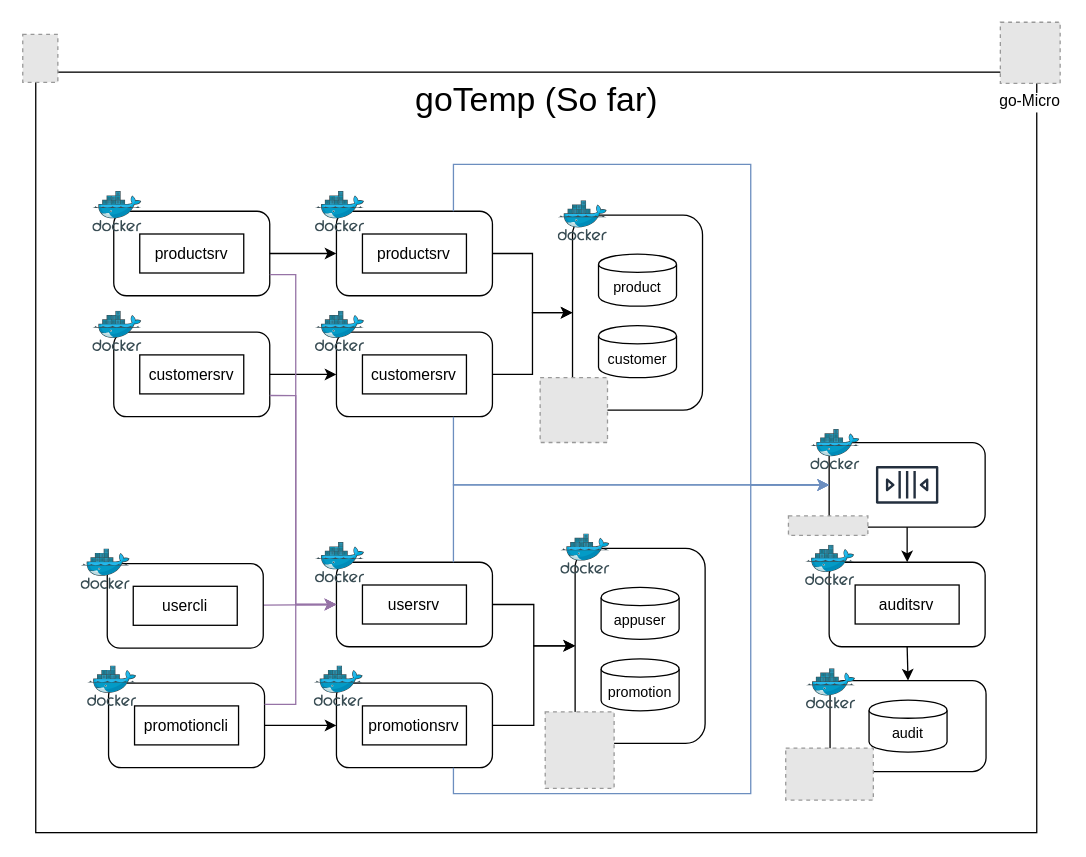
The draw.io diagram page "Version-2" (2 of 3) of diagramsforDocs/goTemp_Diagram.drawio in atlas-2192/go-svelte, before the edit. Source tidied: cells renumbered, new cells numbered last; positions are measured from the earlier drawing's top-left corner, leaving out a move shared by most shapes. Both pictures are drawn from the tidied source at 130%, with x=0, y=0 at pixel (22, 22). Pictures stored in the file or linked from it are replaced by grey dashed boxes.
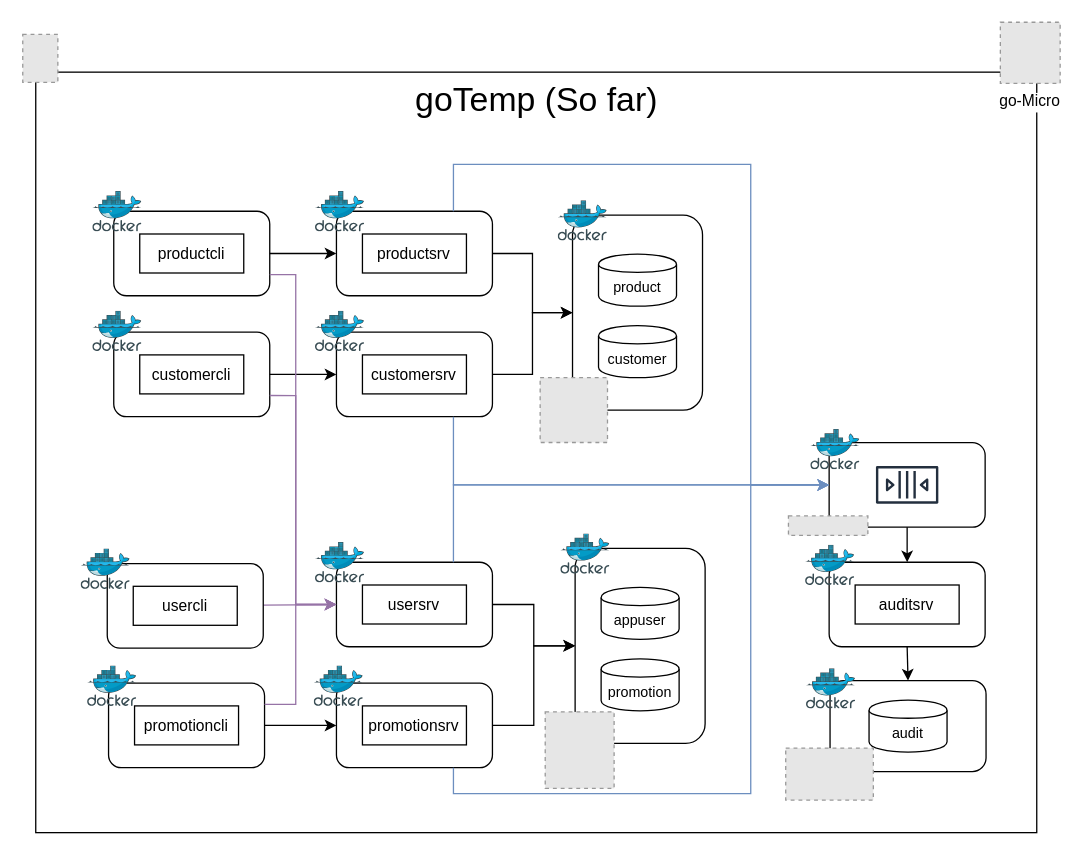
The same diagram, later.

Commit message:
Diagrm includes redis

Unchanged cells that the change refers to:
```xml
<mxCell id="60" style="group;" parent="1" vertex="1">
  <mxGeometry x="56" y="135" width="134" height="90" as="geometry" />
</mxCell>
<mxCell id="64" style="group;" parent="1" vertex="1">
  <mxGeometry x="56" y="228" width="134" height="90" as="geometry" />
</mxCell>
```

What changed in the source:
```diff
@@
-    <mxCell id="63" value="productsrv" style="rounded=0;whiteSpace=wrap;html=1;" parent="60" vertex="1">
+    <mxCell id="63" value="productcli" style="rounded=0;whiteSpace=wrap;html=1;" parent="60" vertex="1">
       <mxGeometry x="34" y="27.5" width="80" height="30" as="geometry" />
     </mxCell>
@@
-    <mxCell id="67" value="customersrv" style="rounded=0;whiteSpace=wrap;html=1;" parent="64" vertex="1">
+    <mxCell id="67" value="customercli" style="rounded=0;whiteSpace=wrap;html=1;" parent="64" vertex="1">
       <mxGeometry x="34" y="27.5" width="80" height="30" as="geometry" />
     </mxCell>
```
